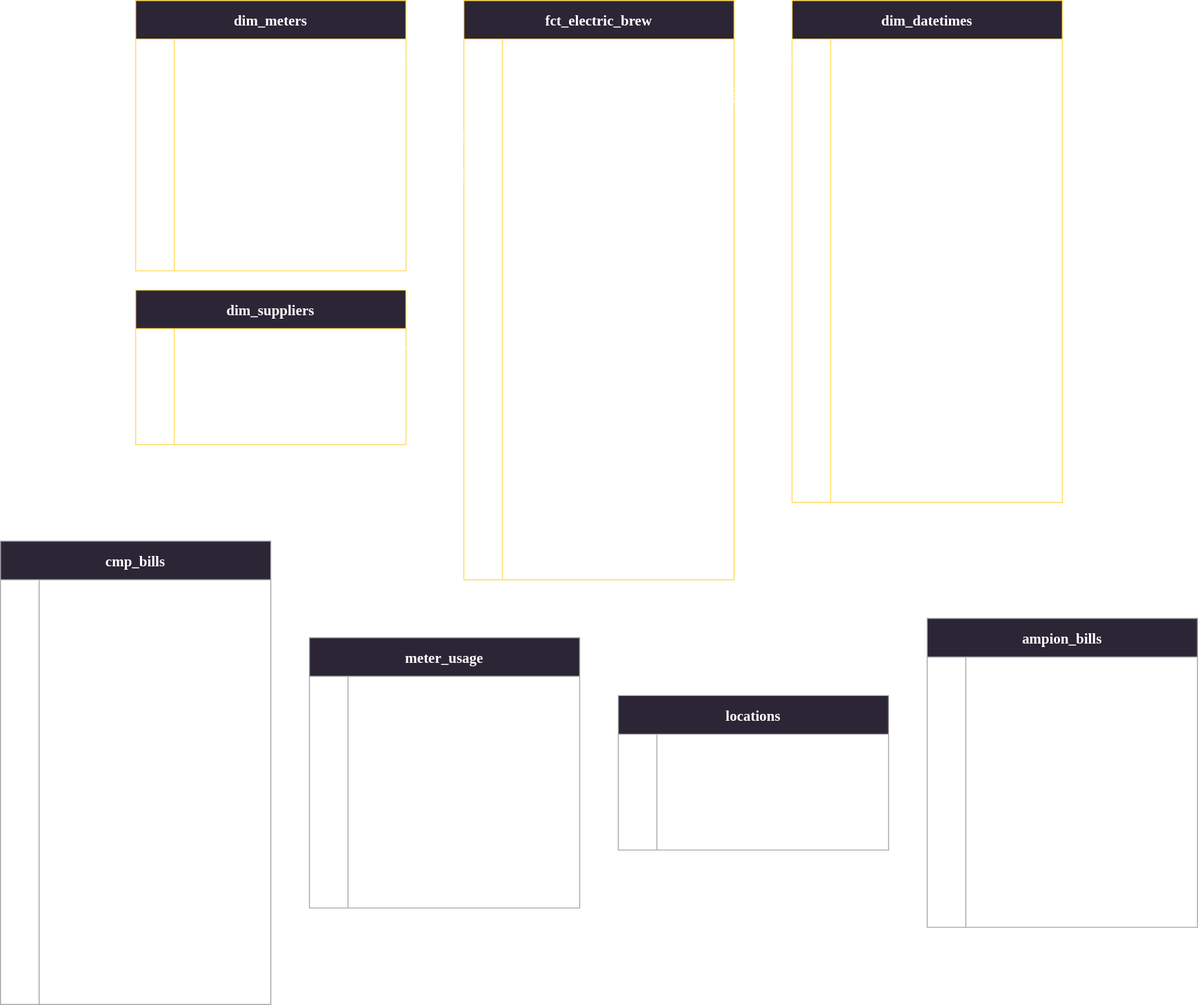
Earlier version of the draw.io export fig/lineage/erd.drawio.svg (jparkington/Electric-Brew). Source tidied: cells renumbered, new cells last; positions are measured from the earlier drawing's top-left corner, leaving out a move shared by most shapes.
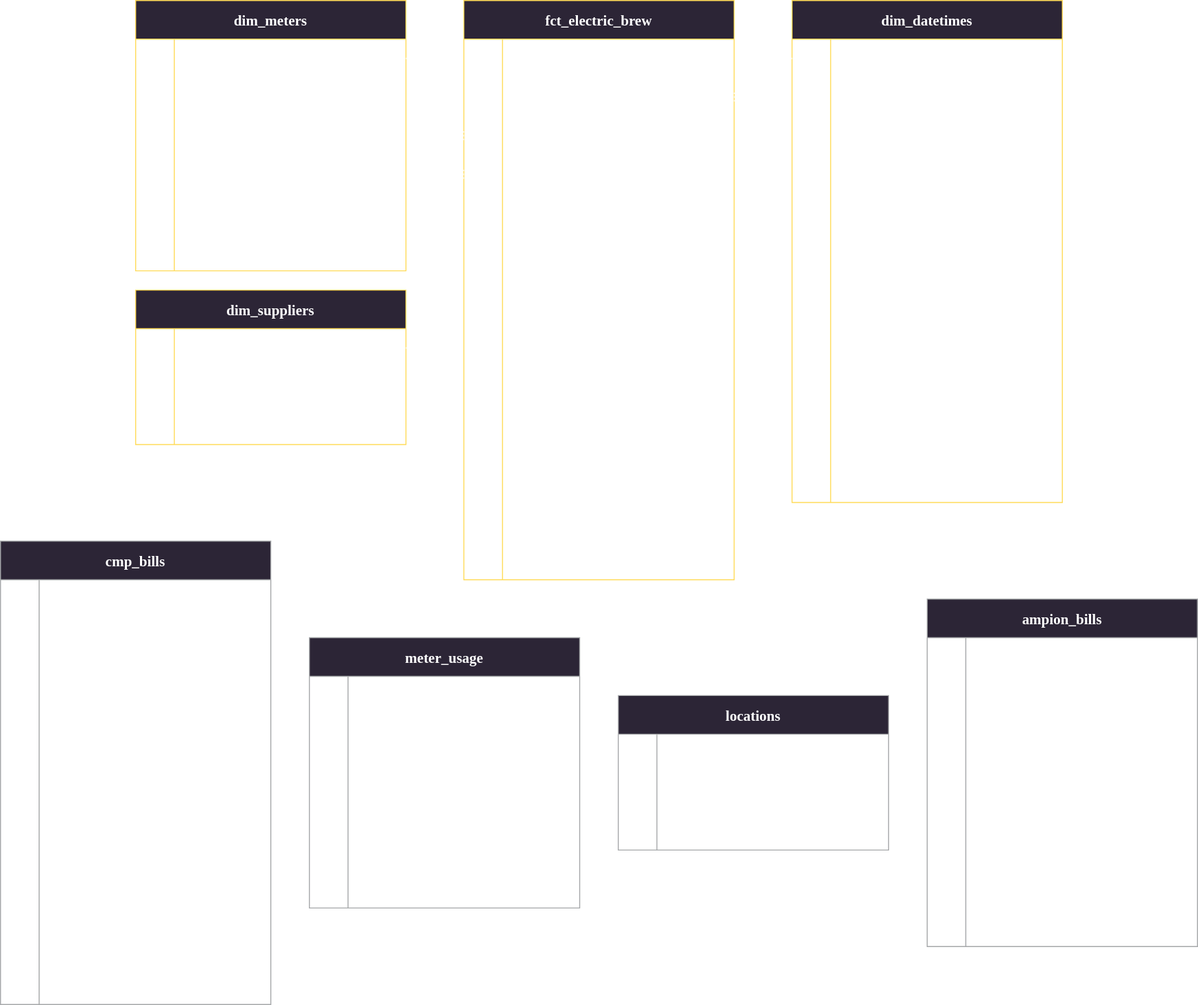
The same file after the commit.

The edit, as a diff of the source:
```diff
@@ -528,19 +528,28 @@
       <mxGeometry relative="1" as="geometry" />
     </mxCell>
     <mxCell id="177" value="ampion_bills" style="shape=table;startSize=40;rowLines=0;fontStyle=1;align=center;fontFamily=Menlo;fillColor=#2C2536;fontSize=15;fontColor=#FFFFFF;strokeColor=#A5A7A9;" parent="1" vertex="1">
-      <mxGeometry x="960" y="640" width="280" height="320" as="geometry" />
+      <mxGeometry x="960" y="620" width="280" height="360" as="geometry" />
     </mxCell>
+    <mxCell id="199" style="shape=tableRow;horizontal=0;startSize=0;swimlaneHead=0;swimlaneBody=0;fillColor=none;top=0;left=0;right=0;bottom=0;fontFamily=Menlo;fontStyle=0;fontColor=#FFFFFF;strokeColor=#FFFFFF;" parent="177" vertex="1">
+      <mxGeometry y="40" width="280" height="40" as="geometry" />
+    </mxCell>
+    <mxCell id="200" style="shape=partialRectangle;overflow=hidden;fillColor=none;top=0;left=0;bottom=0;right=0;fontFamily=Menlo;fontStyle=1;fontColor=#FFFFFF;strokeColor=#FFFFFF;" parent="199" vertex="1">
+      <mxGeometry width="40" height="40" as="geometry" />
+    </mxCell>
+    <mxCell id="201" value="invoice_number VARCHAR" style="shape=partialRectangle;overflow=hidden;fillColor=none;align=left;top=0;left=0;bottom=0;right=0;spacingLeft=12;spacingTop=0;fontFamily=Menlo;fontStyle=0;fontColor=#FFFFFF;strokeColor=#FFFFFF;" parent="199" vertex="1">
+      <mxGeometry x="40" width="240" height="40" as="geometry" />
+    </mxCell>
     <mxCell id="178" style="shape=tableRow;horizontal=0;startSize=0;swimlaneHead=0;swimlaneBody=0;fillColor=none;top=0;left=0;right=0;bottom=0;fontFamily=Menlo;fontStyle=0;fontColor=#FFFFFF;strokeColor=#FFFFFF;" parent="177" vertex="1">
-      <mxGeometry y="40" width="280" height="40" as="geometry" />
+      <mxGeometry y="80" width="280" height="40" as="geometry" />
     </mxCell>
     <mxCell id="179" style="shape=partialRectangle;overflow=hidden;fillColor=none;top=0;left=0;bottom=0;right=0;fontFamily=Menlo;fontStyle=1;fontColor=#FFFFFF;strokeColor=#FFFFFF;" parent="178" vertex="1">
       <mxGeometry width="40" height="40" as="geometry" />
     </mxCell>
-    <mxCell id="180" value="invoice_number VARCHAR" style="shape=partialRectangle;overflow=hidden;fillColor=none;align=left;top=0;left=0;bottom=0;right=0;spacingLeft=12;spacingTop=0;fontFamily=Menlo;fontStyle=0;fontColor=#FFFFFF;strokeColor=#FFFFFF;" parent="178" vertex="1">
+    <mxCell id="180" value="supplier VARCHAR" style="shape=partialRectangle;overflow=hidden;fillColor=none;align=left;top=0;left=0;bottom=0;right=0;spacingLeft=12;spacingTop=0;fontFamily=Menlo;fontStyle=0;fontColor=#FFFFFF;strokeColor=#FFFFFF;" parent="178" vertex="1">
       <mxGeometry x="40" width="240" height="40" as="geometry" />
     </mxCell>
     <mxCell id="181" style="shape=tableRow;horizontal=0;startSize=0;swimlaneHead=0;swimlaneBody=0;fillColor=none;top=0;left=0;right=0;bottom=0;fontFamily=Menlo;fontStyle=0;fontColor=#FFFFFF;strokeColor=#FFFFFF;" parent="177" vertex="1">
-      <mxGeometry y="80" width="280" height="40" as="geometry" />
+      <mxGeometry y="120" width="280" height="40" as="geometry" />
     </mxCell>
     <mxCell id="182" style="shape=partialRectangle;overflow=hidden;fillColor=none;top=0;left=0;bottom=0;right=0;fontFamily=Menlo;fontStyle=1;fontColor=#FFFFFF;strokeColor=#FFFFFF;" parent="181" vertex="1">
       <mxGeometry width="40" height="40" as="geometry" />
@@ -549,7 +558,7 @@
       <mxGeometry x="40" width="240" height="40" as="geometry" />
     </mxCell>
     <mxCell id="184" style="shape=tableRow;horizontal=0;startSize=0;swimlaneHead=0;swimlaneBody=0;fillColor=none;top=0;left=0;right=0;bottom=0;fontFamily=Menlo;fontStyle=0;fontColor=#FFFFFF;strokeColor=#FFFFFF;" parent="177" vertex="1">
-      <mxGeometry y="120" width="280" height="40" as="geometry" />
+      <mxGeometry y="160" width="280" height="40" as="geometry" />
     </mxCell>
     <mxCell id="185" style="shape=partialRectangle;overflow=hidden;fillColor=none;top=0;left=0;bottom=0;right=0;fontFamily=Menlo;fontStyle=1;fontColor=#FFFFFF;strokeColor=#FFFFFF;" parent="184" vertex="1">
       <mxGeometry width="40" height="40" as="geometry" />
@@ -558,7 +567,7 @@
       <mxGeometry x="40" width="240" height="40" as="geometry" />
     </mxCell>
     <mxCell id="187" style="shape=tableRow;horizontal=0;startSize=0;swimlaneHead=0;swimlaneBody=0;fillColor=none;top=0;left=0;right=0;bottom=0;fontFamily=Menlo;fontStyle=0;fontColor=#FFFFFF;strokeColor=#FFFFFF;" parent="177" vertex="1">
-      <mxGeometry y="160" width="280" height="40" as="geometry" />
+      <mxGeometry y="200" width="280" height="40" as="geometry" />
     </mxCell>
     <mxCell id="188" style="shape=partialRectangle;overflow=hidden;fillColor=none;top=0;left=0;bottom=0;right=0;fontFamily=Menlo;fontStyle=1;fontColor=#FFFFFF;strokeColor=#FFFFFF;" parent="187" vertex="1">
       <mxGeometry width="40" height="40" as="geometry" />
@@ -567,7 +576,7 @@
       <mxGeometry x="40" width="240" height="40" as="geometry" />
     </mxCell>
     <mxCell id="190" style="shape=tableRow;horizontal=0;startSize=0;swimlaneHead=0;swimlaneBody=0;fillColor=none;top=0;left=0;right=0;bottom=0;fontFamily=Menlo;fontStyle=0;fontColor=#FFFFFF;strokeColor=#FFFFFF;" parent="177" vertex="1">
-      <mxGeometry y="200" width="280" height="40" as="geometry" />
+      <mxGeometry y="240" width="280" height="40" as="geometry" />
     </mxCell>
     <mxCell id="191" style="shape=partialRectangle;overflow=hidden;fillColor=none;top=0;left=0;bottom=0;right=0;fontFamily=Menlo;fontStyle=1;fontColor=#FFFFFF;strokeColor=#FFFFFF;" parent="190" vertex="1">
       <mxGeometry width="40" height="40" as="geometry" />
@@ -576,7 +585,7 @@
       <mxGeometry x="40" width="240" height="40" as="geometry" />
     </mxCell>
     <mxCell id="193" style="shape=tableRow;horizontal=0;startSize=0;swimlaneHead=0;swimlaneBody=0;fillColor=none;top=0;left=0;right=0;bottom=0;fontFamily=Menlo;fontStyle=0;fontColor=#FFFFFF;strokeColor=#FFFFFF;" parent="177" vertex="1">
-      <mxGeometry y="240" width="280" height="40" as="geometry" />
+      <mxGeometry y="280" width="280" height="40" as="geometry" />
     </mxCell>
     <mxCell id="194" style="shape=partialRectangle;overflow=hidden;fillColor=none;top=0;left=0;bottom=0;right=0;fontFamily=Menlo;fontStyle=1;fontColor=#FFFFFF;strokeColor=#FFFFFF;" parent="193" vertex="1">
       <mxGeometry width="40" height="40" as="geometry" />
@@ -585,7 +594,7 @@
       <mxGeometry x="40" width="240" height="40" as="geometry" />
     </mxCell>
     <mxCell id="196" style="shape=tableRow;horizontal=0;startSize=0;swimlaneHead=0;swimlaneBody=0;fillColor=none;top=0;left=0;right=0;bottom=0;fontFamily=Menlo;fontStyle=0;fontColor=#FFFFFF;strokeColor=#FFFFFF;" parent="177" vertex="1">
-      <mxGeometry y="280" width="280" height="40" as="geometry" />
+      <mxGeometry y="320" width="280" height="40" as="geometry" />
     </mxCell>
     <mxCell id="197" style="shape=partialRectangle;overflow=hidden;fillColor=none;top=0;left=0;bottom=0;right=0;fontFamily=Menlo;fontStyle=1;fontColor=#FFFFFF;strokeColor=#FFFFFF;" parent="196" vertex="1">
       <mxGeometry width="40" height="40" as="geometry" />
```
